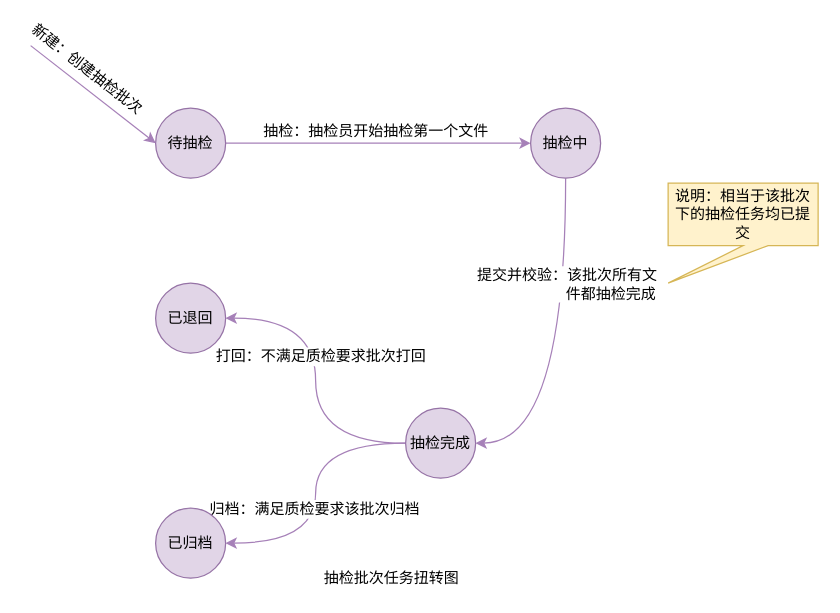
Before: 抽检批次状态图.drawio in gumuqi/draw.io, a draw.io diagram. Source tidied: cells renumbered, new cells numbered last; positions are measured from the earlier drawing's top-left corner, leaving out a move shared by most shapes. Both pictures are drawn from the tidied source at 125%, with x=0, y=0 at pixel (30, 45).
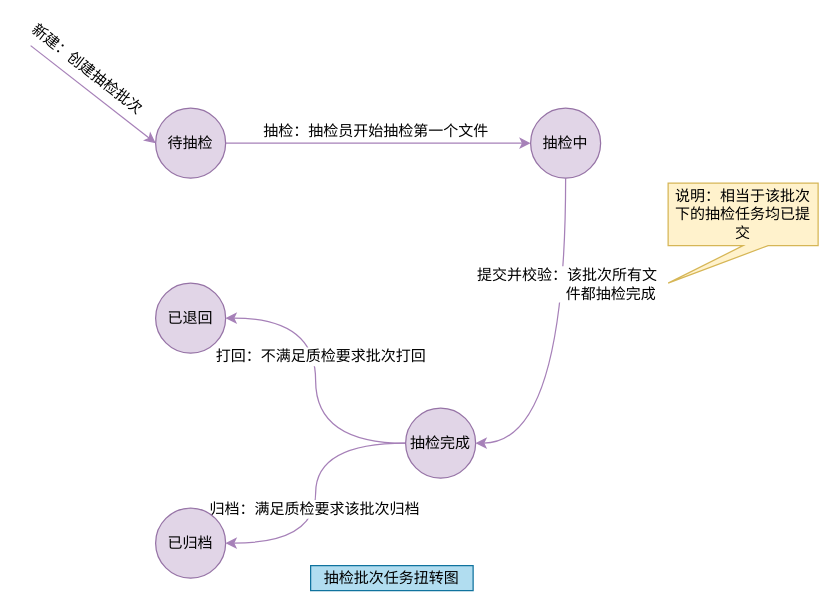
Above is the later version.

Commit message (it also covers changes not shown here):
更新抽检批次状态图.drawio

Change to the diagram source:
```diff
@@
-    <mxCell id="18" value="抽检批次任务扭转图" style="text;html=1;strokeColor=none;fillColor=none;align=center;verticalAlign=middle;whiteSpace=wrap;rounded=0;" parent="1" vertex="1">
+    <mxCell id="18" value="抽检批次任务扭转图" style="text;html=1;strokeColor=#10739e;fillColor=#b1ddf0;align=center;verticalAlign=middle;whiteSpace=wrap;rounded=0;" parent="1" vertex="1">
       <mxGeometry x="224" y="416" width="130" height="20" as="geometry" />
     </mxCell>
```
